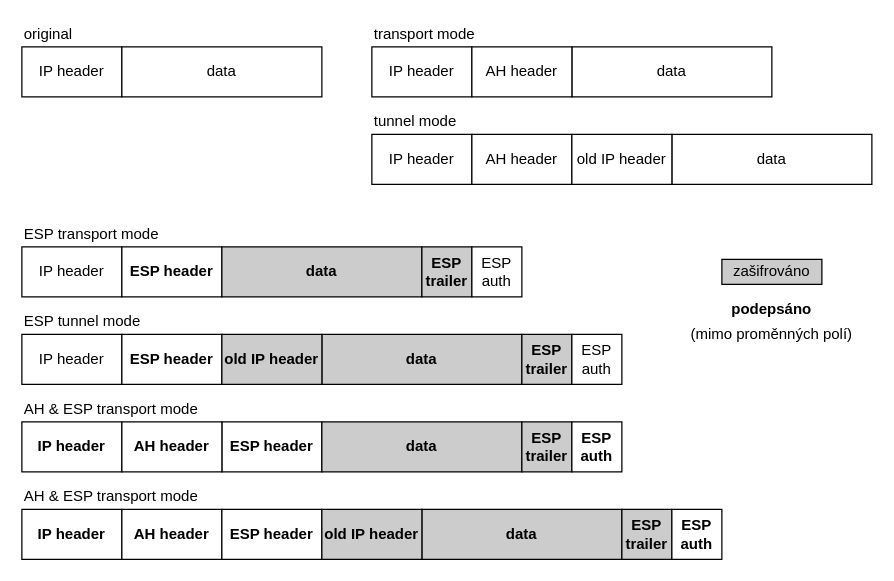
Before: BPC-IC2/images/ipsec.drawio in VUT-FEKT-IBE/BPC-IBE-SZZ, a draw.io diagram. Source tidied: cells renumbered, new cells numbered last; positions are measured from the earlier drawing's top-left corner, leaving out a move shared by most shapes. Both pictures are drawn from the tidied source at 125%, with x=0, y=0 at pixel (21, 21).
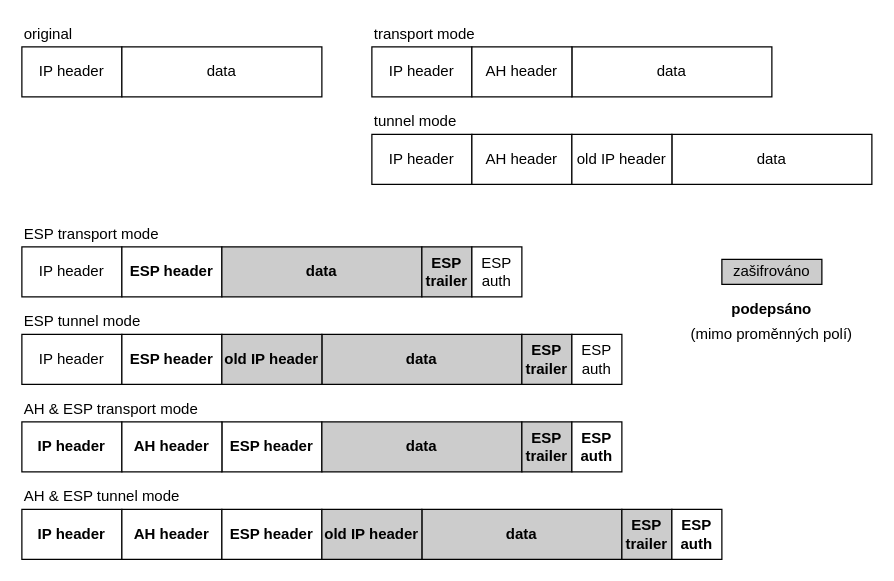
After the change.

Change to the diagram source:
```diff
@@
-    <mxCell id="39" value="AH &amp;amp; ESP transport mode" style="text;html=1;strokeColor=none;fillColor=none;align=left;verticalAlign=middle;whiteSpace=wrap;rounded=0;" parent="1" vertex="1">
+    <mxCell id="39" value="AH &amp;amp; ESP tunnel mode" style="text;html=1;strokeColor=none;fillColor=none;align=left;verticalAlign=middle;whiteSpace=wrap;rounded=0;" parent="1" vertex="1">
       <mxGeometry y="370" width="160" height="20" as="geometry" />
     </mxCell>
```
